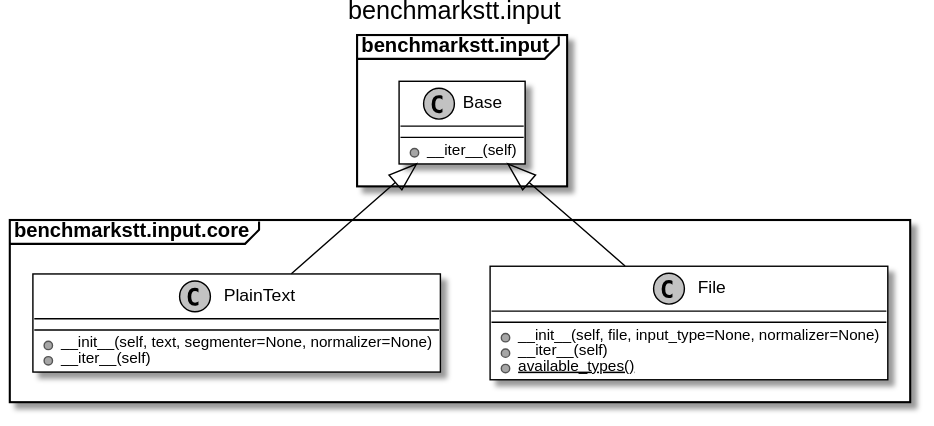
Above: docs/_static/uml/benchmarkstt.input.svg in ebu/benchmarkstt (PlantUML), before the change.
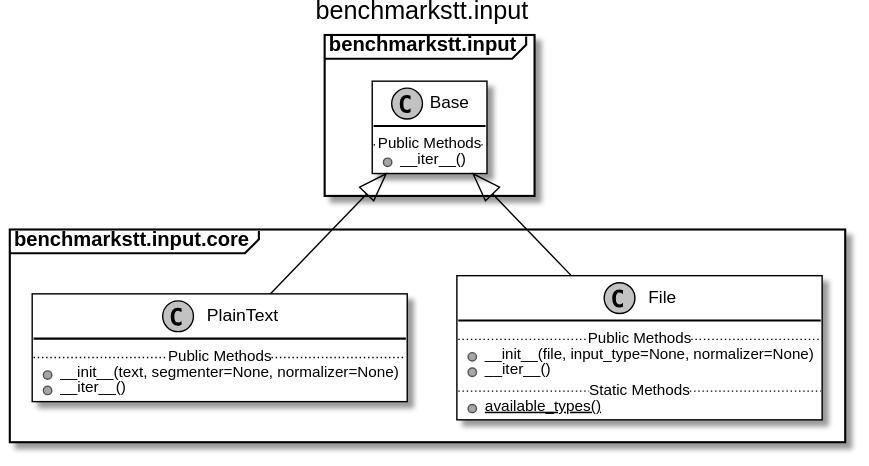
After the commit.

Diff of the diagram source:
```diff
@@ -7,7 +7,8 @@
 package benchmarkstt.input {
 
 	class benchmarkstt.input.Base [[https://benchmarkstt.readthedocs.io/en/latest/modules/benchmarkstt.input.html#benchmarkstt.input.Base]] {
-		+__iter__(self)
+		.. Public Methods ..
+		+__iter__()
 	}
 
 
@@ -16,15 +17,18 @@
 package benchmarkstt.input.core {
 
 	class benchmarkstt.input.core.File [[https://benchmarkstt.readthedocs.io/en/latest/modules/benchmarkstt.input.core.html#benchmarkstt.input.core.File]] {
-		+__init__(self, file, input_type=None, normalizer=None)
-		+__iter__(self)
+		.. Public Methods ..
+		+__init__(file, input_type=None, normalizer=None)
+		+__iter__()
+		.. Static Methods ..
 		{static} +available_types()
 	}
 
 
 	class benchmarkstt.input.core.PlainText [[https://benchmarkstt.readthedocs.io/en/latest/modules/benchmarkstt.input.core.html#benchmarkstt.input.core.PlainText]] {
-		+__init__(self, text, segmenter=None, normalizer=None)
-		+__iter__(self)
+		.. Public Methods ..
+		+__init__(text, segmenter=None, normalizer=None)
+		+__iter__()
 	}
 
 }
```
